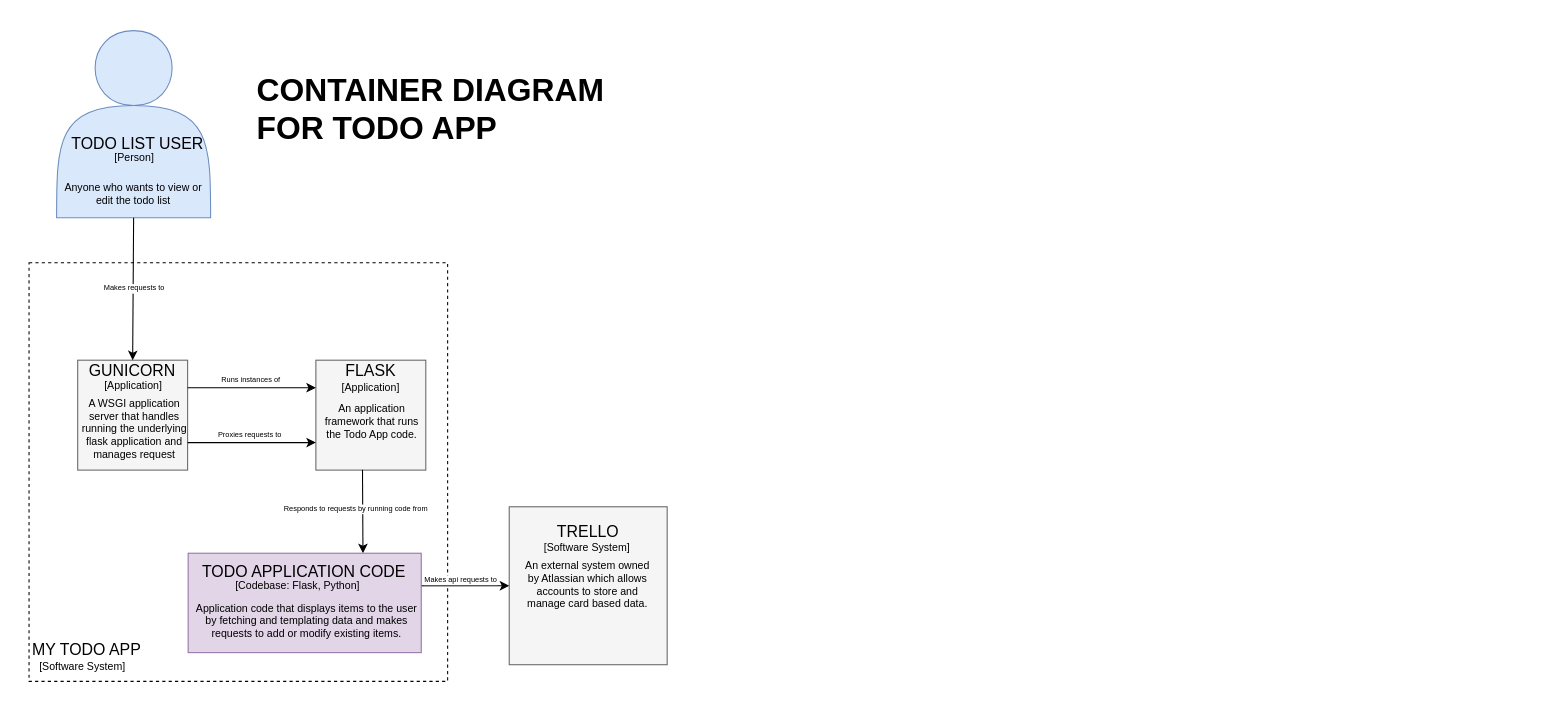
This is documentation/sourcefiles/ContainerDiagram.drawio from kirstenland/DevOps-Course-Starter, a draw.io file, before an edit. Source tidied: cells renumbered, new cells numbered last; positions are measured from the earlier drawing's top-left corner, leaving out a move shared by most shapes. Both pictures are drawn from the tidied source at 106%, with x=0, y=0 at pixel (18, 18).
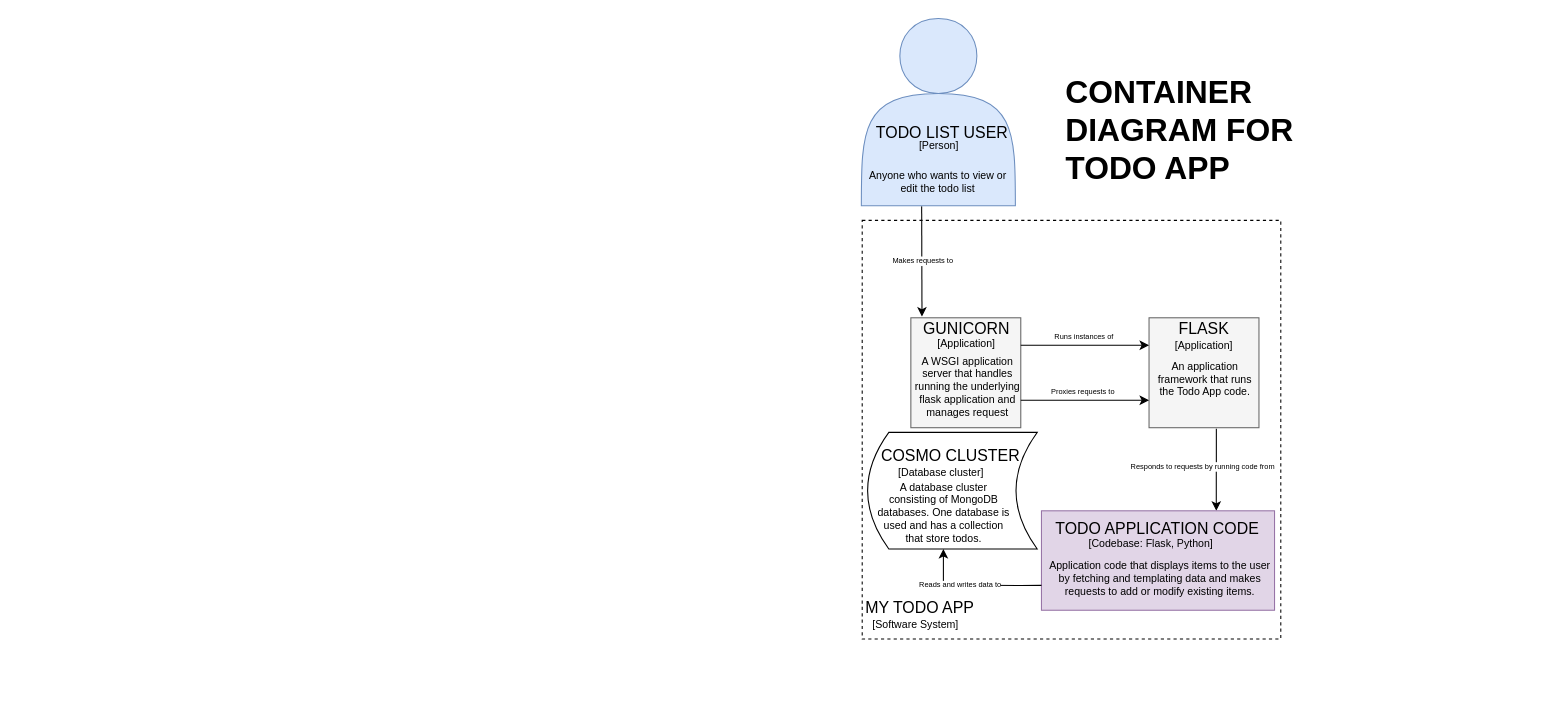
The same page after the edit.

Commit message (it also covers changes not shown here):
Exercise 10: Update container diagrams

Unchanged cells that the change refers to:
```xml
<mxCell id="2" style="group;" parent="1" vertex="1">
  <mxGeometry x="680" y="37" width="760" height="590" as="geometry" />
</mxCell>
<mxCell id="9" style="whiteSpace=wrap;html=1;fontSize=15;fillColor=#f5f5f5;fontColor=#333333;strokeColor=#666666;" parent="8" vertex="1">
  <mxGeometry width="103.7" height="103.7" as="geometry" />
</mxCell>
<mxCell id="14" style="whiteSpace=wrap;html=1;fontSize=15;fillColor=#f5f5f5;fontColor=#333333;strokeColor=#666666;" parent="13" vertex="1">
  <mxGeometry width="103.7" height="103.7" as="geometry" />
</mxCell>
<mxCell id="15" value="&lt;span style=&quot;font-size: 15px&quot;&gt;GUNICORN&lt;/span&gt;" style="text;html=1;align=center;verticalAlign=middle;points=[];strokeColor=none;fillColor=none;fontSize=10;" parent="13" vertex="1">
  <mxGeometry x="1.7" width="100" height="20" as="geometry" />
</mxCell>
<mxCell id="32" style="rounded=0;whiteSpace=wrap;html=1;fontSize=10;fillColor=#e1d5e7;strokeColor=#9673a6;" parent="31" vertex="1">
  <mxGeometry x="-60" y="20" width="219.9" height="93.8" as="geometry" />
</mxCell>
```

Diff of the diagram source:
```diff
@@
-    <mxCell id="3" style="group;dashed=1;" parent="2" vertex="1">
-      <mxGeometry x="-670.1" y="233.4" width="656.9" height="356.6" as="geometry" />
-    </mxCell>
-    <mxCell id="4" style="group;" parent="3" vertex="1">
-      <mxGeometry x="-9.9" width="666.8" height="356.6" as="geometry" />
-    </mxCell>
-    <mxCell id="5" style="whiteSpace=wrap;html=1;fontSize=10;dashed=1;" parent="4" vertex="1">
-      <mxGeometry x="9.9" y="-40" width="394.9" height="394.9" as="geometry" />
+    <mxCell id="5" style="whiteSpace=wrap;html=1;fontSize=10;dashed=1;" parent="2" vertex="1">
+      <mxGeometry x="115.9" y="153.4" width="394.9" height="394.9" as="geometry" />
     </mxCell>
-    <mxCell id="6" value="&lt;font style=&quot;font-size: 15px;&quot;&gt;MY TODO APP&lt;/font&gt;" style="text;html=1;align=center;verticalAlign=middle;strokeColor=none;fillColor=none;fontSize=15;" parent="4" vertex="1">
-      <mxGeometry x="4" y="314.1" width="120" height="20" as="geometry" />
+    <mxCell id="6" value="&lt;font style=&quot;font-size: 15px;&quot;&gt;MY TODO APP&lt;/font&gt;" style="text;html=1;align=center;verticalAlign=middle;strokeColor=none;fillColor=none;fontSize=15;" parent="2" vertex="1">
+      <mxGeometry x="110" y="507.5" width="120" height="20" as="geometry" />
     </mxCell>
-    <mxCell id="7" value="[Software System]" style="text;html=1;align=center;verticalAlign=middle;strokeColor=none;fillColor=none;fontSize=10;" parent="4" vertex="1">
-      <mxGeometry x="9.9" y="330.7" width="100" height="20" as="geometry" />
+    <mxCell id="7" value="[Software System]" style="text;html=1;align=center;verticalAlign=middle;strokeColor=none;fillColor=none;fontSize=10;" parent="2" vertex="1">
+      <mxGeometry x="115.9" y="524.1" width="100" height="20" as="geometry" />
     </mxCell>
-    <mxCell id="8" style="group;" parent="4" vertex="1">
-      <mxGeometry x="280.5" y="51.9" width="126.7" height="103.7" as="geometry" />
+    <mxCell id="8" style="group;" parent="2" vertex="1">
+      <mxGeometry x="386.5" y="245.3" width="126.7" height="103.7" as="geometry" />
     </mxCell>
@@
-    <mxCell id="13" style="group;" parent="4" vertex="1">
-      <mxGeometry x="55.8" y="51.9" width="126.7" height="103.7" as="geometry" />
+    <mxCell id="13" style="group;" parent="2" vertex="1">
+      <mxGeometry x="161.8" y="245.3" width="126.7" height="103.7" as="geometry" />
     </mxCell>
@@
-    <mxCell id="18" style="endArrow=classic;html=1;rounded=0;fontSize=7;fontColor=none;exitX=1;exitY=0.25;exitDx=0;exitDy=0;entryX=0;entryY=0.25;entryDx=0;entryDy=0;" parent="4" edge="1" source="14" target="9">
+    <mxCell id="18" style="endArrow=classic;html=1;rounded=0;fontSize=7;fontColor=none;exitX=1;exitY=0.25;exitDx=0;exitDy=0;entryX=0;entryY=0.25;entryDx=0;entryDy=0;" parent="2" edge="1" source="14" target="9">
       <mxGeometry relative="1" as="geometry" />
     </mxCell>
@@
-    <mxCell id="20" style="endArrow=classic;html=1;rounded=0;fontSize=7;fontColor=none;exitX=1;exitY=0.75;exitDx=0;exitDy=0;entryX=0;entryY=0.75;entryDx=0;entryDy=0;" parent="4" edge="1" source="14" target="9">
+    <mxCell id="20" style="endArrow=classic;html=1;rounded=0;fontSize=7;fontColor=none;exitX=1;exitY=0.75;exitDx=0;exitDy=0;entryX=0;entryY=0.75;entryDx=0;entryDy=0;" parent="2" edge="1" source="14" target="9">
       <mxGeometry relative="1" as="geometry" />
     </mxCell>
-    <mxCell id="21" value="Proxies requests to" style="edgeLabel;html=1;align=center;verticalAlign=middle;fontSize=7;fontColor=none;" parent="4" vertex="1">
-      <mxGeometry x="217.9" y="123.6" as="geometry">
+    <mxCell id="21" value="Proxies requests to" style="edgeLabel;html=1;align=center;verticalAlign=middle;fontSize=7;fontColor=none;" parent="2" vertex="1">
+      <mxGeometry x="323.9" y="317" as="geometry">
         <mxPoint y="-2" as="offset" />
       </mxGeometry>
     </mxCell>
-    <mxCell id="22" style="endArrow=classic;html=1;rounded=0;fontSize=7;fontColor=none;exitX=0.424;exitY=0.997;exitDx=0;exitDy=0;entryX=0.75;entryY=0;entryDx=0;entryDy=0;exitPerimeter=0;" parent="4" edge="1" source="9" target="32">
-      <mxGeometry relative="1" as="geometry" />
+    <mxCell id="22" style="endArrow=classic;html=1;rounded=0;fontSize=7;fontColor=none;entryX=0.75;entryY=0;entryDx=0;entryDy=0;" parent="2" edge="1" target="32">
+      <mxGeometry relative="1" as="geometry">
+        <mxPoint x="450" y="350" as="sourcePoint" />
+      </mxGeometry>
     </mxCell>
     <mxCell id="23" value="Responds to requests by running code from&amp;nbsp;" style="edgeLabel;html=1;align=center;verticalAlign=middle;fontSize=7;fontColor=none;" parent="22" vertex="1">
       <mxGeometry relative="1" as="geometry">
-        <mxPoint x="-6" y="-2" as="offset" />
+        <mxPoint x="-12" y="-3" as="offset" />
       </mxGeometry>
     </mxCell>
-    <mxCell id="24" style="group;labelPosition=center;verticalLabelPosition=middle;align=center;verticalAlign=middle;horizontal=0;" parent="4" vertex="1">
-      <mxGeometry x="462.9" y="203.2" width="181.9" height="136.2" as="geometry" />
-    </mxCell>
-    <mxCell id="25" style="whiteSpace=wrap;html=1;fontSize=10;strokeColor=#666666;fillColor=#f5f5f5;fontColor=#333333;" parent="24" vertex="1">
-      <mxGeometry y="-13" width="149" height="149" as="geometry" />
-    </mxCell>
-    <mxCell id="26" value="&lt;font style=&quot;font-size: 15px&quot;&gt;TRELLO&lt;/font&gt;" style="text;html=1;align=center;verticalAlign=middle;strokeColor=none;fillColor=none;fontSize=10;" parent="24" vertex="1">
-      <mxGeometry x="39" width="70" height="20" as="geometry" />
-    </mxCell>
-    <mxCell id="27" value="&lt;font style=&quot;font-size: 10px&quot;&gt;[Software System]&lt;/font&gt;" style="text;html=1;align=center;verticalAlign=middle;strokeColor=none;fillColor=none;fontSize=5;" parent="24" vertex="1">
-      <mxGeometry x="23.5" y="20.7" width="100" height="10" as="geometry" />
-    </mxCell>
-    <mxCell id="28" value="&lt;font style=&quot;font-size: 10px&quot;&gt;An external system owned by Atlassian which allows accounts to store and manage card based data.&lt;/font&gt;" style="text;html=1;strokeColor=none;fillColor=none;align=center;verticalAlign=top;whiteSpace=wrap;rounded=0;fontSize=5;" parent="24" vertex="1">
-      <mxGeometry x="9.5" y="30.7" width="130" height="70.4" as="geometry" />
-    </mxCell>
-    <mxCell id="29" style="endArrow=classic;html=1;rounded=0;fontSize=7;fontColor=none;exitX=1;exitY=0.5;exitDx=0;exitDy=0;entryX=0;entryY=0.5;entryDx=0;entryDy=0;" parent="4" edge="1" target="25">
-      <mxGeometry relative="1" as="geometry">
-        <mxPoint x="251.6" y="264.8" as="sourcePoint" />
-      </mxGeometry>
-    </mxCell>
-    <mxCell id="30" value="Makes api requests to" style="edgeLabel;html=1;align=center;verticalAlign=middle;fontSize=7;fontColor=none;" parent="29" vertex="1">
-      <mxGeometry relative="1" as="geometry">
-        <mxPoint x="59" y="-6" as="offset" />
-      </mxGeometry>
-    </mxCell>
-    <mxCell id="31" style="group;verticalAlign=top;" parent="4" vertex="1">
-      <mxGeometry x="220" y="214" width="224.8" height="125.8" as="geometry" />
+    <mxCell id="31" style="group;verticalAlign=top;" parent="2" vertex="1">
+      <mxGeometry x="345" y="407.4" width="224.8" height="125.8" as="geometry" />
     </mxCell>
@@
-    <mxCell id="36" style="group;fontSize=5;" parent="2" vertex="1">
-      <mxGeometry x="-584.8" y="-36.6" width="237.5" height="186.6" as="geometry" />
-    </mxCell>
+    <mxCell id="44" style="shape=dataStorage;whiteSpace=wrap;html=1;fixedSize=1;" parent="2" vertex="1">
+      <mxGeometry x="121" y="353.4" width="160" height="110" as="geometry" />
+    </mxCell>
+    <mxCell id="24" style="group;labelPosition=center;verticalLabelPosition=middle;align=center;verticalAlign=middle;horizontal=0;" parent="2" vertex="1">
+      <mxGeometry x="124.5" y="365.4" width="150" height="136.2" as="geometry" />
+    </mxCell>
+    <mxCell id="27" value="&lt;font style=&quot;font-size: 10px&quot;&gt;[Database cluster]&lt;/font&gt;" style="text;html=1;align=center;verticalAlign=middle;strokeColor=none;fillColor=none;fontSize=5;" parent="24" vertex="1">
+      <mxGeometry x="15.2" y="20.7" width="100" height="10" as="geometry" />
+    </mxCell>
+    <mxCell id="26" value="&lt;span style=&quot;font-size: 15px&quot;&gt;COSMO CLUSTER&lt;/span&gt;" style="text;html=1;align=center;verticalAlign=middle;strokeColor=none;fillColor=none;fontSize=10;" parent="24" vertex="1">
+      <mxGeometry x="-0.6" width="150" height="20" as="geometry" />
+    </mxCell>
+    <mxCell id="28" value="&lt;font style=&quot;font-size: 10px&quot;&gt;A database cluster consisting of MongoDB databases. One database is used and has a collection that store todos.&lt;/font&gt;" style="text;html=1;strokeColor=none;fillColor=none;align=center;verticalAlign=top;whiteSpace=wrap;rounded=0;fontSize=5;" parent="2" vertex="1">
+      <mxGeometry x="127.5" y="393" width="130" height="70.4" as="geometry" />
+    </mxCell>
+    <mxCell id="45" style="edgeStyle=orthogonalEdgeStyle;rounded=0;jettySize=auto;html=1;exitX=0;exitY=0.75;exitDx=0;exitDy=0;" parent="2" edge="1" source="32" target="28">
+      <mxGeometry relative="1" as="geometry">
+        <Array as="points">
+          <mxPoint x="265" y="497.4" />
+          <mxPoint x="196" y="497.4" />
+        </Array>
+      </mxGeometry>
+    </mxCell>
+    <mxCell id="46" value="&lt;span style=&quot;color: rgb(0 , 0 , 0) ; font-family: &amp;#34;helvetica&amp;#34; ; font-size: 7px ; font-style: normal ; font-weight: 400 ; letter-spacing: normal ; text-align: center ; text-indent: 0px ; text-transform: none ; word-spacing: 0px ; background-color: rgb(255 , 255 , 255) ; display: inline ; float: none&quot;&gt;Reads and writes data to&lt;/span&gt;" style="text;whiteSpace=wrap;html=1;" parent="2" vertex="1">
+      <mxGeometry x="167.5" y="482" width="88.5" height="13.4" as="geometry" />
+    </mxCell>
+    <mxCell id="42" style="endArrow=classic;html=1;rounded=0;fontSize=7;fontColor=none;entryX=0.088;entryY=-0.055;entryDx=0;entryDy=0;entryPerimeter=0;" parent="2" edge="1" target="15">
+      <mxGeometry relative="1" as="geometry">
+        <mxPoint x="172" y="140" as="sourcePoint" />
+      </mxGeometry>
+    </mxCell>
+    <mxCell id="43" value="Makes requests to" style="edgeLabel;html=1;align=center;verticalAlign=middle;fontSize=7;fontColor=none;" parent="42" vertex="1">
+      <mxGeometry relative="1" as="geometry" />
+    </mxCell>
-    <mxCell id="37" style="shape=actor;whiteSpace=wrap;html=1;fillColor=#dae8fc;strokeColor=#6c8ebf;" parent="36" vertex="1">
-      <mxGeometry x="-59.3" y="11" width="145.3" height="176.6" as="geometry" />
+    <mxCell id="37" style="shape=actor;whiteSpace=wrap;html=1;fillColor=#dae8fc;strokeColor=#6c8ebf;" parent="1" vertex="1">
+      <mxGeometry x="795.1" width="145.3" height="176.6" as="geometry" />
     </mxCell>
-    <mxCell id="38" value="&lt;font style=&quot;font-size: 10px;&quot;&gt;Anyone who wants to view or edit the todo list&lt;/font&gt;" style="text;html=1;strokeColor=none;fillColor=none;align=center;verticalAlign=middle;whiteSpace=wrap;rounded=0;fontSize=10;" parent="36" vertex="1">
-      <mxGeometry x="-61.4" y="148.8" width="149.4" height="32.4" as="geometry" />
+    <mxCell id="38" value="&lt;font style=&quot;font-size: 10px;&quot;&gt;Anyone who wants to view or edit the todo list&lt;/font&gt;" style="text;html=1;strokeColor=none;fillColor=none;align=center;verticalAlign=middle;whiteSpace=wrap;rounded=0;fontSize=10;" parent="1" vertex="1">
+      <mxGeometry x="793" y="137.8" width="149.4" height="32.4" as="geometry" />
     </mxCell>
-    <mxCell id="39" value="[Person]" style="text;html=1;align=center;verticalAlign=middle;strokeColor=none;fillColor=none;fontSize=10;" parent="36" vertex="1">
-      <mxGeometry x="-11.6" y="121" width="50" height="20" as="geometry" />
+    <mxCell id="39" value="[Person]" style="text;html=1;align=center;verticalAlign=middle;strokeColor=none;fillColor=none;fontSize=10;" parent="1" vertex="1">
+      <mxGeometry x="842.7" y="110" width="50" height="20" as="geometry" />
     </mxCell>
-    <mxCell id="40" value="&lt;font style=&quot;font-size: 15px;&quot;&gt;TODO LIST USER&lt;/font&gt;" style="text;html=1;align=center;verticalAlign=middle;strokeColor=none;fillColor=none;fontSize=15;" parent="36" vertex="1">
-      <mxGeometry x="-53.6" y="108" width="140" height="20" as="geometry" />
+    <mxCell id="40" value="&lt;font style=&quot;font-size: 15px;&quot;&gt;TODO LIST USER&lt;/font&gt;" style="text;html=1;align=center;verticalAlign=middle;strokeColor=none;fillColor=none;fontSize=15;" parent="1" vertex="1">
+      <mxGeometry x="800.7" y="97" width="140" height="20" as="geometry" />
     </mxCell>
-    <mxCell id="41" value="&lt;h1&gt;CONTAINER DIAGRAM FOR TODO APP&lt;/h1&gt;" style="text;html=1;strokeColor=none;fillColor=none;spacing=5;spacingTop=-20;whiteSpace=wrap;overflow=hidden;rounded=0;fontSize=15;" parent="2" vertex="1">
-      <mxGeometry x="-460.1" y="3.4" width="360" height="155.6" as="geometry" />
+    <mxCell id="41" value="&lt;h1&gt;CONTAINER DIAGRAM FOR TODO APP&lt;/h1&gt;" style="text;html=1;strokeColor=none;fillColor=none;spacing=5;spacingTop=-20;whiteSpace=wrap;overflow=hidden;rounded=0;fontSize=15;" parent="1" vertex="1">
+      <mxGeometry x="983" y="42.2" width="280" height="155.6" as="geometry" />
     </mxCell>
-    <mxCell id="42" style="endArrow=classic;html=1;rounded=0;fontSize=7;fontColor=none;exitX=0.5;exitY=1;exitDx=0;exitDy=0;entryX=0.5;entryY=0;entryDx=0;entryDy=0;" parent="2" edge="1" source="37" target="14">
-      <mxGeometry relative="1" as="geometry" />
-    </mxCell>
-    <mxCell id="43" value="Makes requests to" style="edgeLabel;html=1;align=center;verticalAlign=middle;fontSize=7;fontColor=none;" parent="42" vertex="1">
-      <mxGeometry relative="1" as="geometry" />
-    </mxCell>
```
